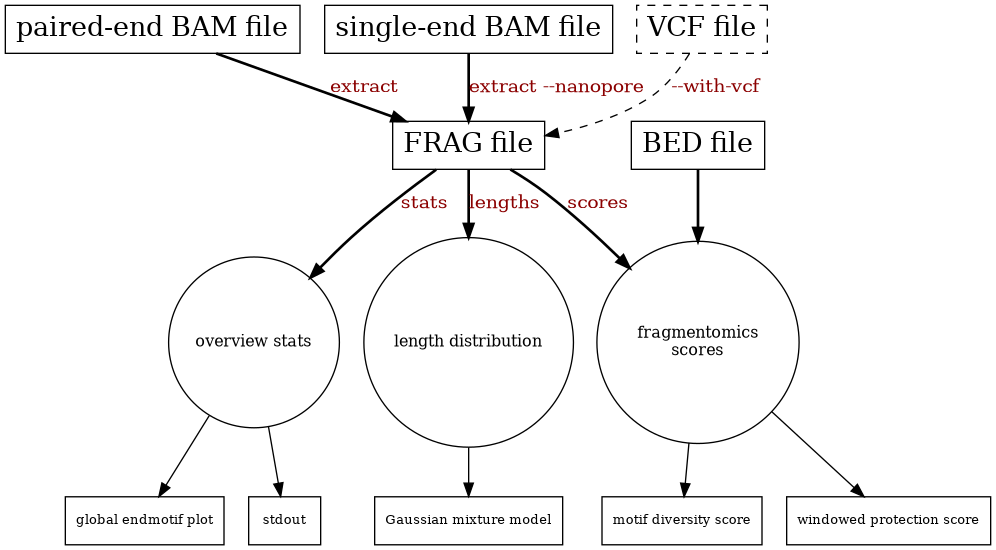
Before: docs/workflow.png, a diagram exported from Graphviz (schwarzlab-ccb/pyfraglib). Its source is kept beside it as docs/workflow.dot.
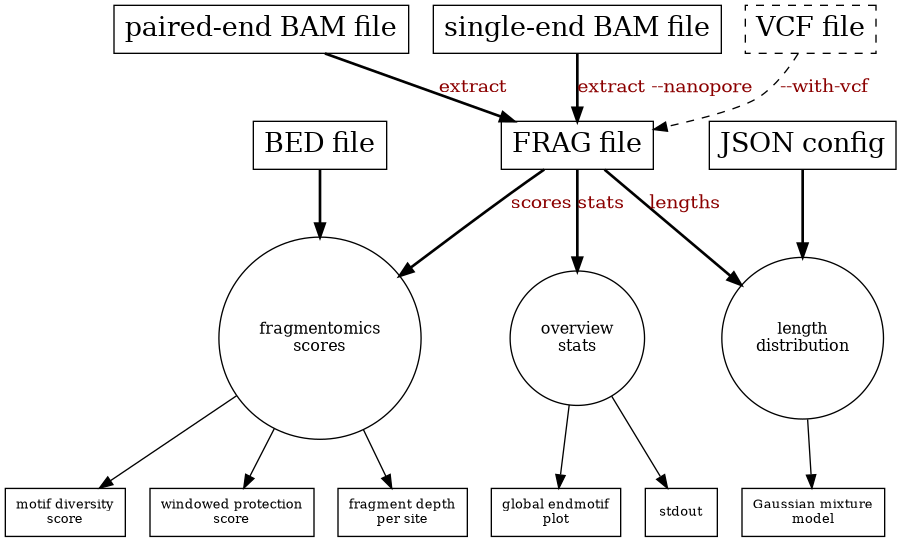
The same file after the commit.

Commit message:
docs/: add pipeline overview

The edit, as a diff of the source:
```diff
@@ -1,3 +1,4 @@
+
 digraph Workflow {
 
     A0 -> B [label="extract",fontcolor=darkred,style=bold];
@@ -11,21 +12,25 @@
 
     B -> C [label="stats",fontcolor=darkred,style=bold];
     B -> D [label="lengths",fontcolor=darkred,style=bold];
+    DD -> D [fontcolor=darkred,style=bold];
     B -> E [label="scores",fontcolor=darkred,style=bold];
     EE -> E [fontcolor=darkred,style=bold];
     E -> F;
     E -> G;
+    E -> GG;
     D -> H;
     C -> I;
     C -> J;
 
-    C [label="overview stats",shape=circle,fontsize=12];
-    D [label="length distribution",shape=circle,fontsize=12];
+    C [label="overview\nstats",shape=circle,fontsize=12];
+    D [label="length\ndistribution",shape=circle,fontsize=12];
+    DD [label="JSON config",shape=box,fontsize=20];
     E [label="fragmentomics\nscores",shape=circle,fontsize=12];
     EE [label="BED file",shape=box,fontsize=20];
-    F [label="motif diversity score",shape=box,fontsize=10];
-    G [label="windowed protection score",shape=box,fontsize=10];
-    H [label="Gaussian mixture model",shape=box,fontsize=10];
-    I [label="global endmotif plot",shape=box,fontsize=10];
+    F [label="motif diversity\nscore",shape=box,fontsize=10];
+    G [label="windowed protection\nscore",shape=box,fontsize=10];
+    GG [label="fragment depth\nper site",shape=box,fontsize=10];
+    H [label="Gaussian mixture\nmodel",shape=box,fontsize=10];
+    I [label="global endmotif\nplot",shape=box,fontsize=10];
     J [label="stdout",shape=box,fontsize=10];
 }
```
